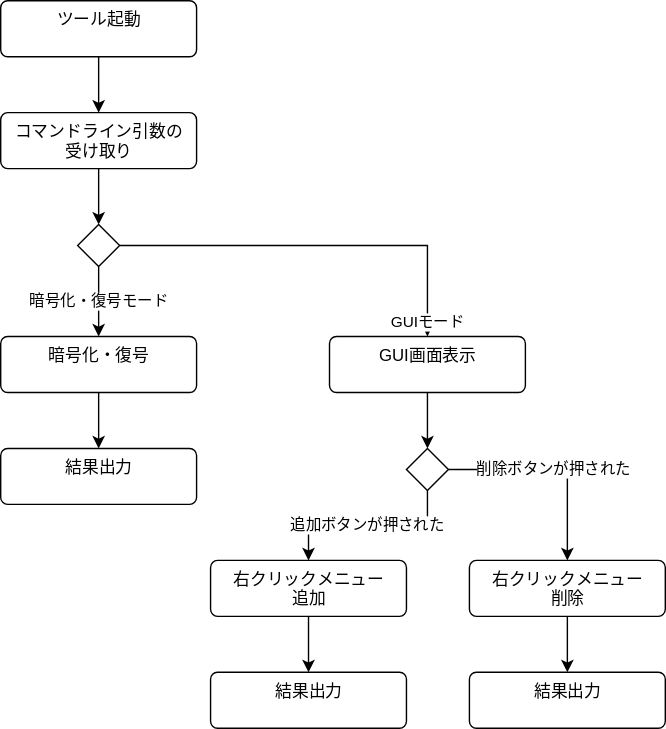
aoki-soft/CryptoTool keeps this draw.io diagram as document/flow.drawio.svg. Above is the earlier version. Source tidied: cells renumbered, new cells last; positions are measured from the earlier drawing's top-left corner, leaving out a move shared by most shapes.
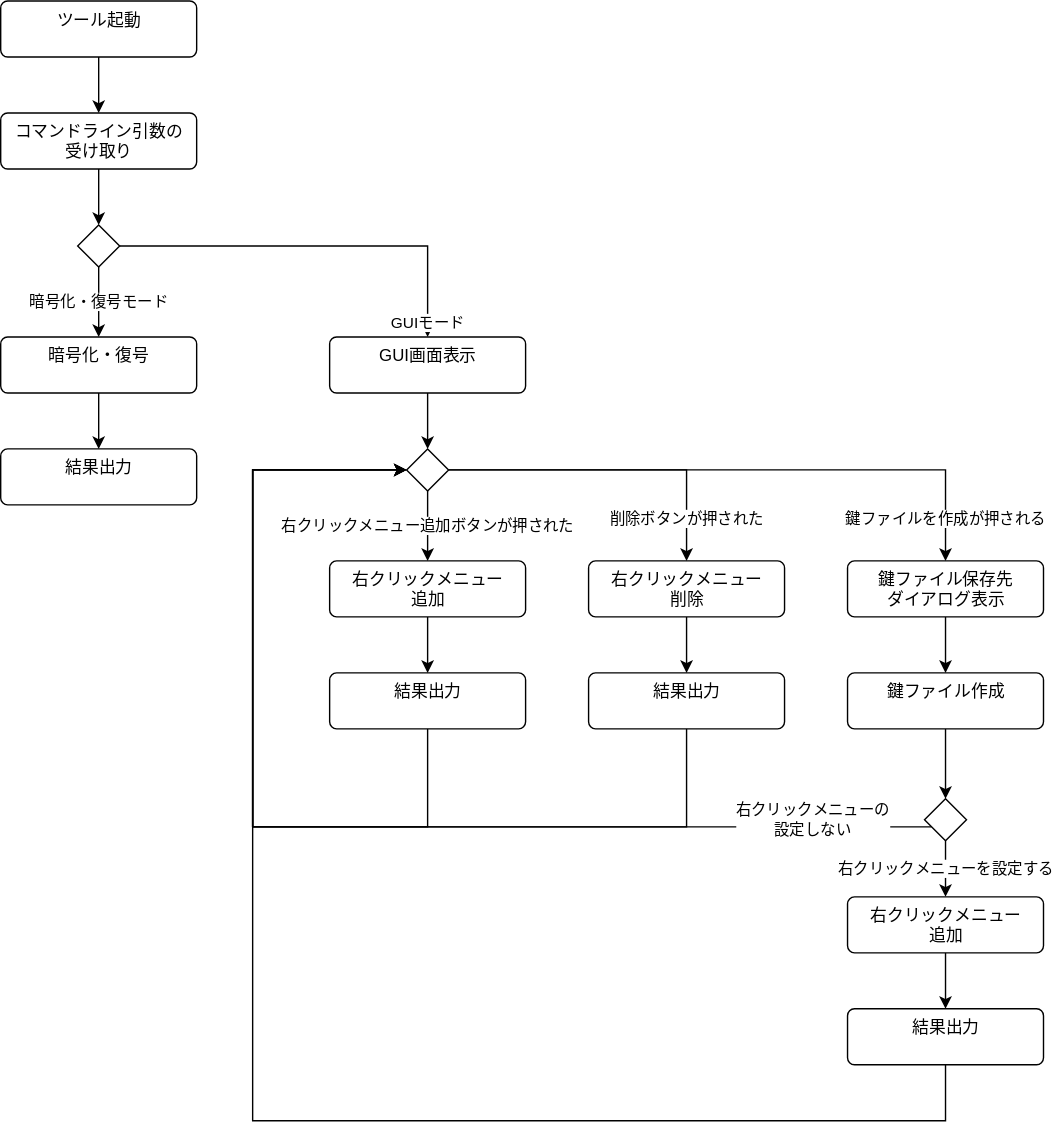
After the change.

Change to the diagram source:
```diff
@@ -1,4 +1,4 @@
-<mxGraphModel>
+<mxGraphModel background="#ffffff">
   <root>
     <mxCell id="0" />
     <mxCell id="1" parent="0" />
@@ -38,12 +38,15 @@
     <mxCell id="13" value="GUI画面表示" style="html=1;align=center;verticalAlign=top;rounded=1;absoluteArcSize=1;arcSize=10;dashed=0;" parent="1" vertex="1">
       <mxGeometry x="235" y="240" width="140" height="40" as="geometry" />
     </mxCell>
+    <mxCell id="15" value="削除ボタンが押された" style="edgeStyle=orthogonalEdgeStyle;rounded=0;jettySize=auto;html=1;" parent="1" edge="1" source="16" target="20">
+      <mxGeometry x="0.74" relative="1" as="geometry" />
+    </mxCell>
+    <mxCell id="23" value="鍵ファイルを作成が押される" style="edgeStyle=orthogonalEdgeStyle;rounded=0;jettySize=auto;html=1;" parent="1" edge="1" source="16" target="29">
+      <mxGeometry x="0.86" relative="1" as="geometry" />
+    </mxCell>
-    <mxCell id="14" value="追加ボタンが押された" style="edgeStyle=orthogonalEdgeStyle;rounded=0;jettySize=auto;html=1;" parent="1" edge="1" source="16" target="18">
+    <mxCell id="14" value="右クリックメニュー追加ボタンが押された" style="edgeStyle=orthogonalEdgeStyle;rounded=0;jettySize=auto;html=1;" parent="1" edge="1" source="16" target="18">
       <mxGeometry relative="1" as="geometry" />
     </mxCell>
-    <mxCell id="15" value="削除ボタンが押された" style="edgeStyle=orthogonalEdgeStyle;rounded=0;jettySize=auto;html=1;" parent="1" edge="1" source="16" target="20">
-      <mxGeometry relative="1" as="geometry" />
-    </mxCell>
     <mxCell id="16" style="rhombus;" parent="1" vertex="1">
       <mxGeometry x="290" y="320" width="30" height="30" as="geometry" />
     </mxCell>
@@ -51,19 +54,81 @@
       <mxGeometry relative="1" as="geometry" />
     </mxCell>
     <mxCell id="18" value="右クリックメニュー&lt;br&gt;追加" style="html=1;align=center;verticalAlign=top;rounded=1;absoluteArcSize=1;arcSize=10;dashed=0;" parent="1" vertex="1">
-      <mxGeometry x="150" y="400" width="140" height="40" as="geometry" />
+      <mxGeometry x="235" y="400" width="140" height="40" as="geometry" />
     </mxCell>
     <mxCell id="19" style="edgeStyle=orthogonalEdgeStyle;rounded=0;jettySize=auto;html=1;" parent="1" edge="1" source="20" target="21">
       <mxGeometry relative="1" as="geometry" />
     </mxCell>
     <mxCell id="20" value="右クリックメニュー&lt;br&gt;削除" style="html=1;align=center;verticalAlign=top;rounded=1;absoluteArcSize=1;arcSize=10;dashed=0;" parent="1" vertex="1">
-      <mxGeometry x="335" y="400" width="140" height="40" as="geometry" />
+      <mxGeometry x="420" y="400" width="140" height="40" as="geometry" />
     </mxCell>
+    <mxCell id="24" style="edgeStyle=orthogonalEdgeStyle;rounded=0;jettySize=auto;html=1;entryX=0;entryY=0.5;entryDx=0;entryDy=0;" parent="1" edge="1" source="21" target="16">
+      <mxGeometry relative="1" as="geometry">
+        <Array as="points">
+          <mxPoint x="490" y="590" />
+          <mxPoint x="180" y="590" />
+          <mxPoint x="180" y="335" />
+        </Array>
+      </mxGeometry>
+    </mxCell>
     <mxCell id="21" value="結果出力" style="html=1;align=center;verticalAlign=top;rounded=1;absoluteArcSize=1;arcSize=10;dashed=0;" parent="1" vertex="1">
-      <mxGeometry x="335" y="480" width="140" height="40" as="geometry" />
+      <mxGeometry x="420" y="480" width="140" height="40" as="geometry" />
     </mxCell>
+    <mxCell id="25" style="edgeStyle=orthogonalEdgeStyle;rounded=0;jettySize=auto;html=1;entryX=0;entryY=0.5;entryDx=0;entryDy=0;" parent="1" edge="1" source="22" target="16">
+      <mxGeometry relative="1" as="geometry">
+        <Array as="points">
+          <mxPoint x="305" y="590" />
+          <mxPoint x="180" y="590" />
+          <mxPoint x="180" y="335" />
+        </Array>
+      </mxGeometry>
+    </mxCell>
     <mxCell id="22" value="結果出力" style="html=1;align=center;verticalAlign=top;rounded=1;absoluteArcSize=1;arcSize=10;dashed=0;" parent="1" vertex="1">
-      <mxGeometry x="150" y="480" width="140" height="40" as="geometry" />
+      <mxGeometry x="235" y="480" width="140" height="40" as="geometry" />
     </mxCell>
+    <mxCell id="26" style="edgeStyle=orthogonalEdgeStyle;rounded=0;jettySize=auto;html=1;" parent="1" edge="1" source="27" target="36">
+      <mxGeometry relative="1" as="geometry" />
+    </mxCell>
+    <mxCell id="27" value="鍵ファイル作成" style="html=1;align=center;verticalAlign=top;rounded=1;absoluteArcSize=1;arcSize=10;dashed=0;" parent="1" vertex="1">
+      <mxGeometry x="605" y="480" width="140" height="40" as="geometry" />
+    </mxCell>
+    <mxCell id="28" style="edgeStyle=orthogonalEdgeStyle;rounded=0;jettySize=auto;html=1;" parent="1" edge="1" source="29" target="27">
+      <mxGeometry relative="1" as="geometry" />
+    </mxCell>
+    <mxCell id="29" value="鍵ファイル保存先&lt;br&gt;ダイアログ表示" style="html=1;align=center;verticalAlign=top;rounded=1;absoluteArcSize=1;arcSize=10;dashed=0;" parent="1" vertex="1">
+      <mxGeometry x="605" y="400" width="140" height="40" as="geometry" />
+    </mxCell>
+    <mxCell id="30" style="edgeStyle=orthogonalEdgeStyle;rounded=0;jettySize=auto;html=1;" parent="1" edge="1" source="31" target="33">
+      <mxGeometry relative="1" as="geometry" />
+    </mxCell>
+    <mxCell id="31" value="右クリックメニュー&lt;br&gt;追加" style="html=1;align=center;verticalAlign=top;rounded=1;absoluteArcSize=1;arcSize=10;dashed=0;" parent="1" vertex="1">
+      <mxGeometry x="605" y="640" width="140" height="40" as="geometry" />
+    </mxCell>
+    <mxCell id="32" style="edgeStyle=orthogonalEdgeStyle;rounded=0;jettySize=auto;html=1;entryX=0;entryY=0.5;entryDx=0;entryDy=0;" parent="1" edge="1" source="33" target="16">
+      <mxGeometry relative="1" as="geometry">
+        <Array as="points">
+          <mxPoint x="675" y="800" />
+          <mxPoint x="180" y="800" />
+          <mxPoint x="180" y="335" />
+        </Array>
+      </mxGeometry>
+    </mxCell>
+    <mxCell id="33" value="結果出力" style="html=1;align=center;verticalAlign=top;rounded=1;absoluteArcSize=1;arcSize=10;dashed=0;" parent="1" vertex="1">
+      <mxGeometry x="605" y="720" width="140" height="40" as="geometry" />
+    </mxCell>
+    <mxCell id="34" value="右クリックメニューを設定する" style="edgeStyle=orthogonalEdgeStyle;rounded=0;jettySize=auto;html=1;" parent="1" edge="1" source="36" target="31">
+      <mxGeometry relative="1" as="geometry" />
+    </mxCell>
+    <mxCell id="35" value="右クリックメニューの&lt;br&gt;設定しない" style="edgeStyle=orthogonalEdgeStyle;rounded=0;jettySize=auto;html=1;entryX=0;entryY=0.5;entryDx=0;entryDy=0;" parent="1" edge="1" source="36" target="16">
+      <mxGeometry x="-0.8" y="-5" relative="1" as="geometry">
+        <Array as="points">
+          <mxPoint x="180" y="590" />
+          <mxPoint x="180" y="335" />
+        </Array>
+      </mxGeometry>
+    </mxCell>
+    <mxCell id="36" style="rhombus;" parent="1" vertex="1">
+      <mxGeometry x="660" y="570" width="30" height="30" as="geometry" />
+    </mxCell>
   </root>
 </mxGraphModel>
```
